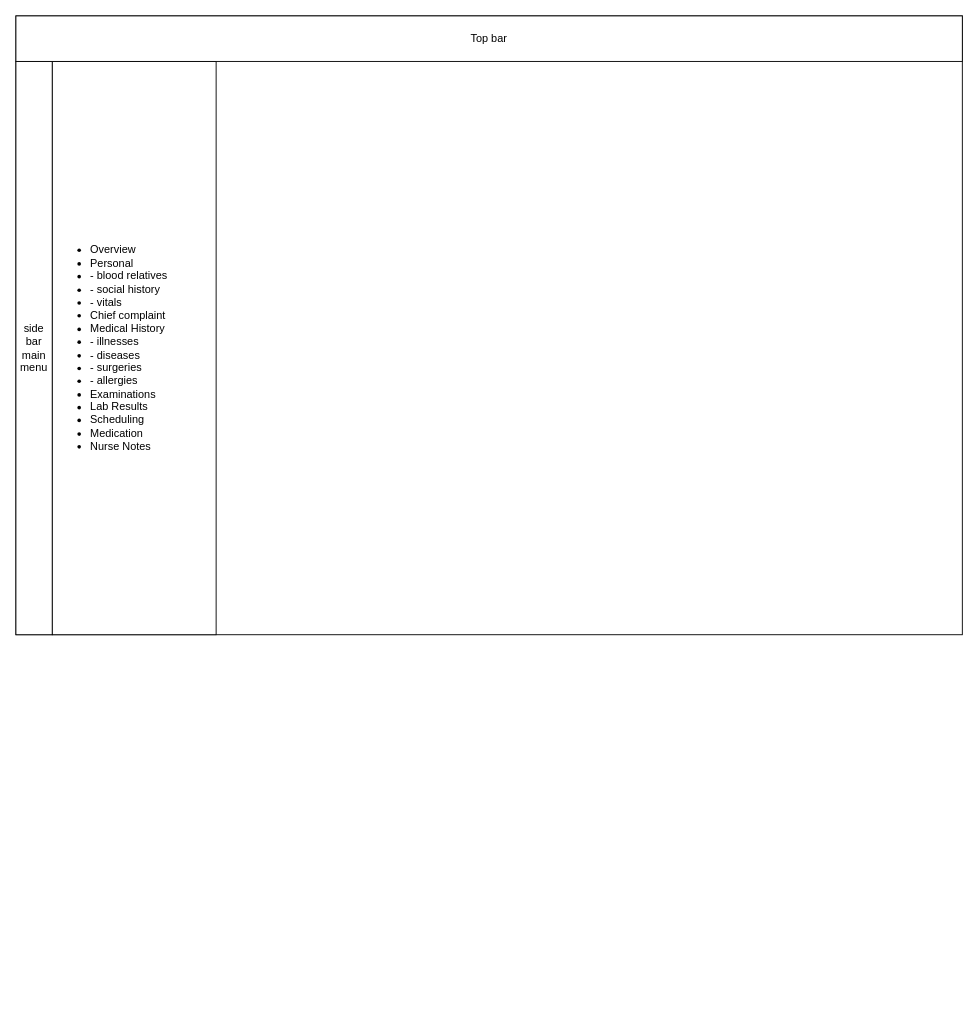
This is page "Overview" (1 of 2) of diagrams/UserPatientJSP.drawio from empty-works/plain-emrs-no-fw, a draw.io file, before an edit. Source tidied: cells renumbered, new cells numbered last; positions are measured from the earlier drawing's top-left corner, leaving out a move shared by most shapes. Both pictures are drawn from the tidied source at 91%, with x=0, y=0 at pixel (15, 15).
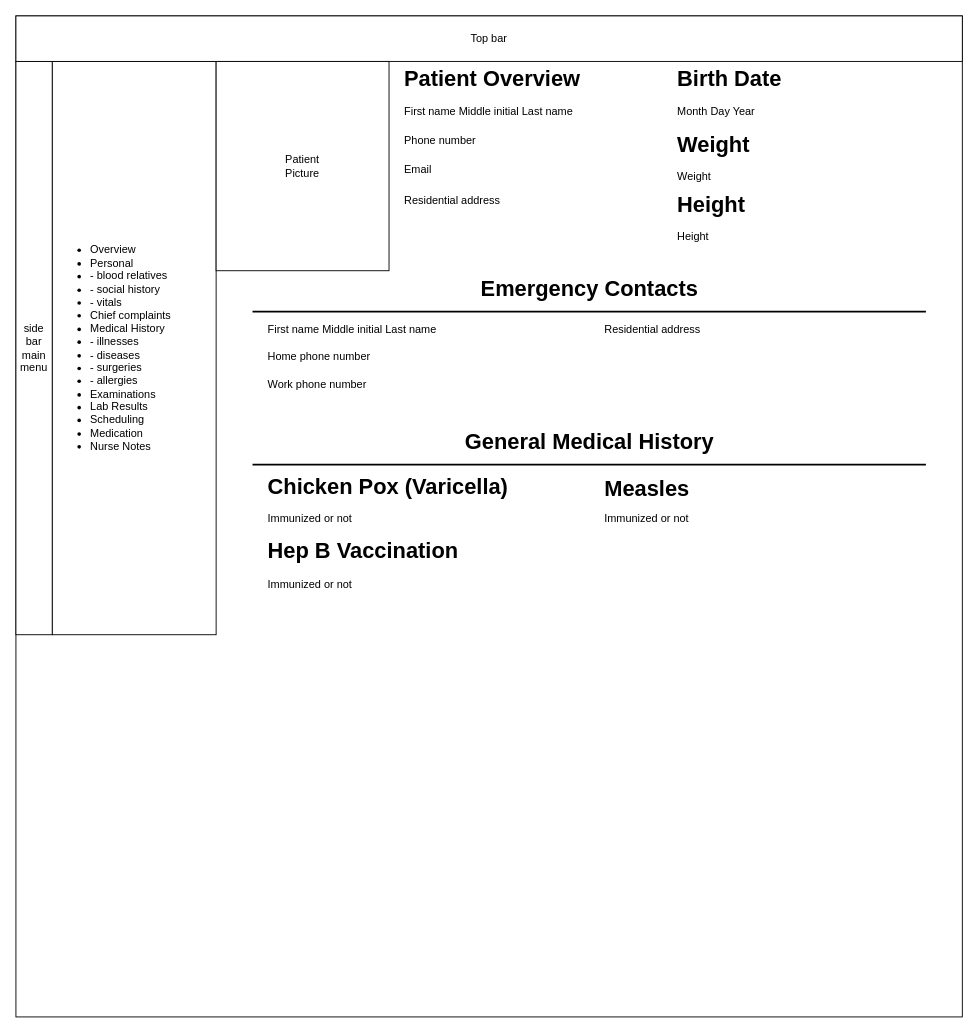
The same page after the edit.

Commit message:
Update UserPatientJSP.drawio Diagram for user patient overview. Completed categories for user patient.

What changed in the source:
```diff
@@
     <mxCell id="2" style="rounded=0;whiteSpace=wrap;html=1;" parent="1" vertex="1">
-      <mxGeometry width="1040" height="680" as="geometry" />
+      <mxGeometry width="1040" height="1100" as="geometry" />
     </mxCell>
@@
-    <mxCell id="6" value="&lt;ul&gt;&lt;li&gt;Overview&lt;/li&gt;&lt;li&gt;Personal&lt;/li&gt;&lt;li&gt;- blood relatives&lt;/li&gt;&lt;li&gt;- social history&lt;/li&gt;&lt;li&gt;- vitals&lt;/li&gt;&lt;li&gt;Chief complaint&lt;br&gt;&lt;/li&gt;&lt;li&gt;Medical History&lt;/li&gt;&lt;li&gt;- illnesses&lt;/li&gt;&lt;li&gt;- diseases&lt;/li&gt;&lt;li&gt;- surgeries&lt;/li&gt;&lt;li&gt;- allergies&lt;br&gt;&lt;/li&gt;&lt;li&gt;Examinations&lt;br&gt;&lt;/li&gt;&lt;li&gt;Lab Results&lt;br&gt;&lt;/li&gt;&lt;li&gt;Scheduling&lt;/li&gt;&lt;li&gt;Medication&lt;/li&gt;&lt;li&gt;Nurse Notes&lt;br&gt;&lt;/li&gt;&lt;/ul&gt;" style="text;strokeColor=none;fillColor=none;html=1;whiteSpace=wrap;verticalAlign=middle;overflow=hidden;" parent="1" vertex="1">
+    <mxCell id="6" value="&lt;ul&gt;&lt;li&gt;Overview&lt;/li&gt;&lt;li&gt;Personal&lt;/li&gt;&lt;li&gt;- blood relatives&lt;/li&gt;&lt;li&gt;- social history&lt;/li&gt;&lt;li&gt;- vitals&lt;/li&gt;&lt;li&gt;Chief complaints &lt;br&gt;&lt;/li&gt;&lt;li&gt;Medical History&lt;/li&gt;&lt;li&gt;- illnesses&lt;/li&gt;&lt;li&gt;- diseases&lt;/li&gt;&lt;li&gt;- surgeries&lt;/li&gt;&lt;li&gt;- allergies&lt;br&gt;&lt;/li&gt;&lt;li&gt;Examinations&lt;br&gt;&lt;/li&gt;&lt;li&gt;Lab Results&lt;br&gt;&lt;/li&gt;&lt;li&gt;Scheduling&lt;/li&gt;&lt;li&gt;Medication&lt;/li&gt;&lt;li&gt;Nurse Notes&lt;br&gt;&lt;/li&gt;&lt;/ul&gt;" style="text;strokeColor=none;fillColor=none;html=1;whiteSpace=wrap;verticalAlign=middle;overflow=hidden;" parent="1" vertex="1">
       <mxGeometry x="40" y="50" width="180" height="630" as="geometry" />
     </mxCell>
+    <mxCell id="7" value="&lt;div&gt;Patient&lt;/div&gt;&lt;div&gt;Picture&lt;br&gt;&lt;/div&gt;" style="rounded=0;whiteSpace=wrap;html=1;" parent="1" vertex="1">
+      <mxGeometry x="220" y="50" width="190" height="230" as="geometry" />
+    </mxCell>
+    <mxCell id="8" value="Patient Overview" style="text;strokeColor=none;fillColor=none;html=1;fontSize=24;fontStyle=1;verticalAlign=middle;align=left;spacingLeft=15;" parent="1" vertex="1">
+      <mxGeometry x="410" y="50" width="300" height="40" as="geometry" />
+    </mxCell>
+    <mxCell id="9" value="First name Middle initial Last name" style="text;html=1;strokeColor=none;fillColor=none;align=left;verticalAlign=middle;whiteSpace=wrap;rounded=0;spacingLeft=15;" parent="1" vertex="1">
+      <mxGeometry x="410" y="90" width="300" height="30" as="geometry" />
+    </mxCell>
+    <mxCell id="10" value="Birth Date" style="text;strokeColor=none;fillColor=none;html=1;fontSize=24;fontStyle=1;verticalAlign=middle;align=left;spacingLeft=15;" parent="1" vertex="1">
+      <mxGeometry x="710" y="50" width="300" height="40" as="geometry" />
+    </mxCell>
+    <mxCell id="11" value="Month Day Year" style="text;html=1;strokeColor=none;fillColor=none;align=left;verticalAlign=middle;whiteSpace=wrap;rounded=0;spacingLeft=15;" parent="1" vertex="1">
+      <mxGeometry x="710" y="90" width="300" height="30" as="geometry" />
+    </mxCell>
+    <mxCell id="12" value="Phone number" style="text;html=1;strokeColor=none;fillColor=none;align=left;verticalAlign=middle;whiteSpace=wrap;rounded=0;spacingLeft=15;" parent="1" vertex="1">
+      <mxGeometry x="410" y="122" width="300" height="30" as="geometry" />
+    </mxCell>
+    <mxCell id="13" value="Email" style="text;html=1;strokeColor=none;fillColor=none;align=left;verticalAlign=middle;whiteSpace=wrap;rounded=0;spacingLeft=15;" parent="1" vertex="1">
+      <mxGeometry x="410" y="154" width="300" height="30" as="geometry" />
+    </mxCell>
+    <mxCell id="14" value="Residential address" style="text;html=1;strokeColor=none;fillColor=none;align=left;verticalAlign=middle;whiteSpace=wrap;rounded=0;spacingLeft=15;" parent="1" vertex="1">
+      <mxGeometry x="410" y="188" width="300" height="30" as="geometry" />
+    </mxCell>
+    <mxCell id="15" value="Weight" style="text;strokeColor=none;fillColor=none;html=1;fontSize=24;fontStyle=1;verticalAlign=middle;align=left;spacingLeft=15;" parent="1" vertex="1">
+      <mxGeometry x="710" y="122" width="300" height="40" as="geometry" />
+    </mxCell>
+    <mxCell id="16" value="Weight" style="text;html=1;strokeColor=none;fillColor=none;align=left;verticalAlign=middle;whiteSpace=wrap;rounded=0;spacingLeft=15;" parent="1" vertex="1">
+      <mxGeometry x="710" y="162" width="300" height="30" as="geometry" />
+    </mxCell>
+    <mxCell id="17" value="Height" style="text;strokeColor=none;fillColor=none;html=1;fontSize=24;fontStyle=1;verticalAlign=middle;align=left;spacingLeft=15;" parent="1" vertex="1">
+      <mxGeometry x="710" y="188" width="300" height="40" as="geometry" />
+    </mxCell>
+    <mxCell id="18" value="Height" style="text;html=1;strokeColor=none;fillColor=none;align=left;verticalAlign=middle;whiteSpace=wrap;rounded=0;spacingLeft=15;" parent="1" vertex="1">
+      <mxGeometry x="710" y="228" width="300" height="30" as="geometry" />
+    </mxCell>
+    <mxCell id="19" value="Emergency Contacts" style="text;strokeColor=none;fillColor=none;html=1;fontSize=24;fontStyle=1;verticalAlign=middle;align=center;" parent="1" vertex="1">
+      <mxGeometry x="220" y="280" width="820" height="40" as="geometry" />
+    </mxCell>
+    <mxCell id="20" style="line;strokeWidth=2;html=1;" parent="1" vertex="1">
+      <mxGeometry x="260" y="320" width="740" height="10" as="geometry" />
+    </mxCell>
+    <mxCell id="21" value="First name Middle initial Last name" style="text;html=1;strokeColor=none;fillColor=none;align=left;verticalAlign=middle;whiteSpace=wrap;rounded=0;spacingLeft=15;" parent="1" vertex="1">
+      <mxGeometry x="260" y="330" width="300" height="30" as="geometry" />
+    </mxCell>
+    <mxCell id="22" value="Home phone number" style="text;html=1;strokeColor=none;fillColor=none;align=left;verticalAlign=middle;whiteSpace=wrap;rounded=0;spacingLeft=15;" parent="1" vertex="1">
+      <mxGeometry x="260" y="360" width="300" height="30" as="geometry" />
+    </mxCell>
+    <mxCell id="23" value="Work phone number" style="text;html=1;strokeColor=none;fillColor=none;align=left;verticalAlign=middle;whiteSpace=wrap;rounded=0;spacingLeft=15;" parent="1" vertex="1">
+      <mxGeometry x="260" y="390" width="300" height="30" as="geometry" />
+    </mxCell>
+    <mxCell id="24" value="Residential address" style="text;html=1;strokeColor=none;fillColor=none;align=left;verticalAlign=middle;whiteSpace=wrap;rounded=0;spacingLeft=15;" parent="1" vertex="1">
+      <mxGeometry x="630" y="330" width="300" height="30" as="geometry" />
+    </mxCell>
+    <mxCell id="25" value="General Medical History" style="text;strokeColor=none;fillColor=none;html=1;fontSize=24;fontStyle=1;verticalAlign=middle;align=center;" parent="1" vertex="1">
+      <mxGeometry x="220" y="448" width="820" height="40" as="geometry" />
+    </mxCell>
+    <mxCell id="26" style="line;strokeWidth=2;html=1;" parent="1" vertex="1">
+      <mxGeometry x="260" y="488" width="740" height="10" as="geometry" />
+    </mxCell>
+    <mxCell id="27" value="Chicken Pox (Varicella)" style="text;strokeColor=none;fillColor=none;html=1;fontSize=24;fontStyle=1;verticalAlign=middle;align=left;spacingLeft=15;" parent="1" vertex="1">
+      <mxGeometry x="260" y="498" width="300" height="40" as="geometry" />
+    </mxCell>
+    <mxCell id="28" value="Immunized or not" style="text;html=1;strokeColor=none;fillColor=none;align=left;verticalAlign=middle;whiteSpace=wrap;rounded=0;spacingLeft=15;" parent="1" vertex="1">
+      <mxGeometry x="260" y="538" width="300" height="30" as="geometry" />
+    </mxCell>
+    <mxCell id="29" value="Measles" style="text;strokeColor=none;fillColor=none;html=1;fontSize=24;fontStyle=1;verticalAlign=middle;align=left;spacingLeft=15;" parent="1" vertex="1">
+      <mxGeometry x="630" y="500" width="300" height="40" as="geometry" />
+    </mxCell>
+    <mxCell id="30" value="Immunized or not" style="text;html=1;strokeColor=none;fillColor=none;align=left;verticalAlign=middle;whiteSpace=wrap;rounded=0;spacingLeft=15;" parent="1" vertex="1">
+      <mxGeometry x="630" y="538" width="300" height="30" as="geometry" />
+    </mxCell>
+    <mxCell id="31" value="Hep B Vaccination" style="text;strokeColor=none;fillColor=none;html=1;fontSize=24;fontStyle=1;verticalAlign=middle;align=left;spacingLeft=15;" parent="1" vertex="1">
+      <mxGeometry x="260" y="568" width="300" height="40" as="geometry" />
+    </mxCell>
+    <mxCell id="32" value="Immunized or not" style="text;html=1;strokeColor=none;fillColor=none;align=left;verticalAlign=middle;whiteSpace=wrap;rounded=0;spacingLeft=15;" parent="1" vertex="1">
+      <mxGeometry x="260" y="610" width="300" height="30" as="geometry" />
+    </mxCell>
```
